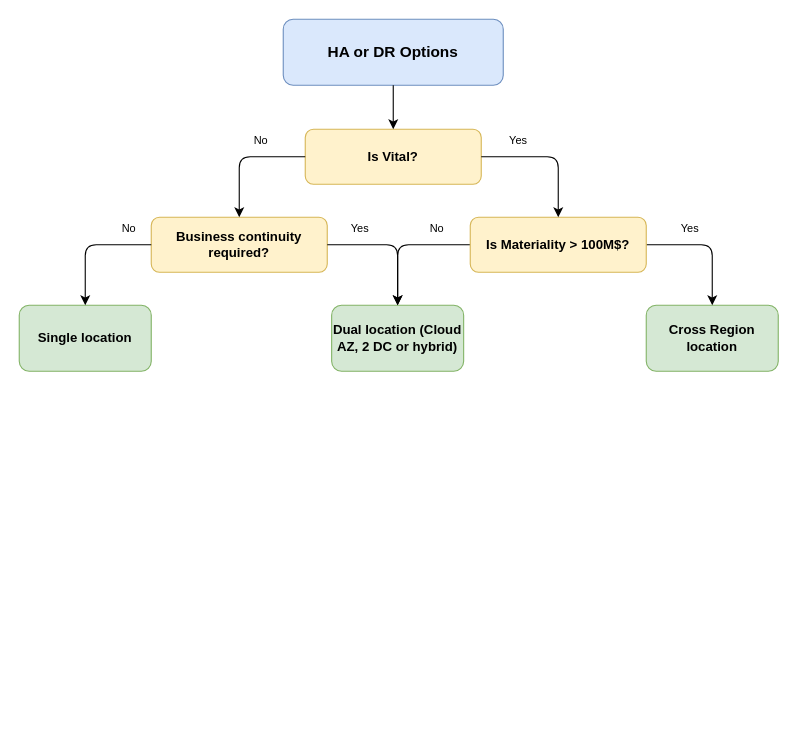
Earlier version of the draw.io diagram DR-DecisionTree.drawio (anthonygea/mycv). Source tidied: cells renumbered, new cells numbered last; positions are measured from the earlier drawing's top-left corner, leaving out a move shared by most shapes. Both pictures are drawn from the tidied source at 110%, with x=0, y=0 at pixel (19, 19).
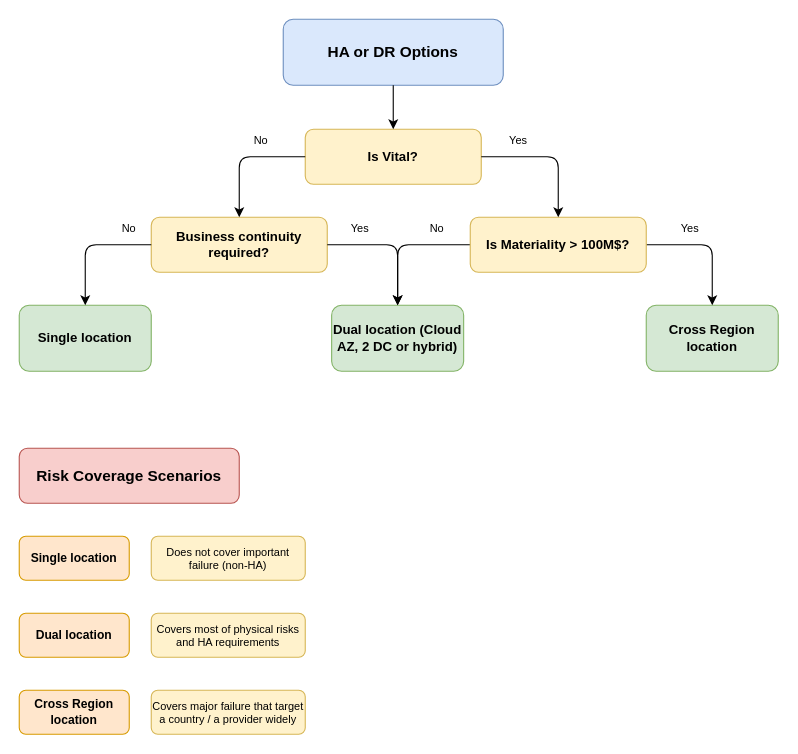
The same diagram, later.

Commit message:
Mettre à jour DR-DecisionTree.drawio

Change to the diagram source:
```diff
@@
+    <mxCell id="22" value="Risk Coverage Scenarios" style="rounded=1;whiteSpace=wrap;html=1;fillColor=#f8cecc;strokeColor=#b85450;fontSize=14;fontStyle=1;" parent="1" vertex="1">
+      <mxGeometry y="390" width="200" height="50" as="geometry" />
+    </mxCell>
+    <mxCell id="23" value="Single location" style="rounded=1;whiteSpace=wrap;html=1;fillColor=#ffe6cc;strokeColor=#d79b00;fontSize=11;fontStyle=1;" parent="1" vertex="1">
+      <mxGeometry y="470" width="100" height="40" as="geometry" />
+    </mxCell>
+    <mxCell id="24" value="Does not cover important failure (non-HA)" style="rounded=1;whiteSpace=wrap;html=1;fillColor=#fff2cc;strokeColor=#d6b656;fontSize=10;" parent="1" vertex="1">
+      <mxGeometry x="120" y="470" width="140" height="40" as="geometry" />
+    </mxCell>
+    <mxCell id="25" value="Dual location" style="rounded=1;whiteSpace=wrap;html=1;fillColor=#ffe6cc;strokeColor=#d79b00;fontSize=11;fontStyle=1;" parent="1" vertex="1">
+      <mxGeometry y="540" width="100" height="40" as="geometry" />
+    </mxCell>
+    <mxCell id="26" value="Covers most of physical risks and HA requirements" style="rounded=1;whiteSpace=wrap;html=1;fillColor=#fff2cc;strokeColor=#d6b656;fontSize=10;" parent="1" vertex="1">
+      <mxGeometry x="120" y="540" width="140" height="40" as="geometry" />
+    </mxCell>
+    <mxCell id="27" value="Cross Region location" style="rounded=1;whiteSpace=wrap;html=1;fillColor=#ffe6cc;strokeColor=#d79b00;fontSize=11;fontStyle=1;" parent="1" vertex="1">
+      <mxGeometry y="610" width="100" height="40" as="geometry" />
+    </mxCell>
+    <mxCell id="28" value="Covers major failure that target a country / a provider widely" style="rounded=1;whiteSpace=wrap;html=1;fillColor=#fff2cc;strokeColor=#d6b656;fontSize=10;" parent="1" vertex="1">
+      <mxGeometry x="120" y="610" width="140" height="40" as="geometry" />
+    </mxCell>
```
